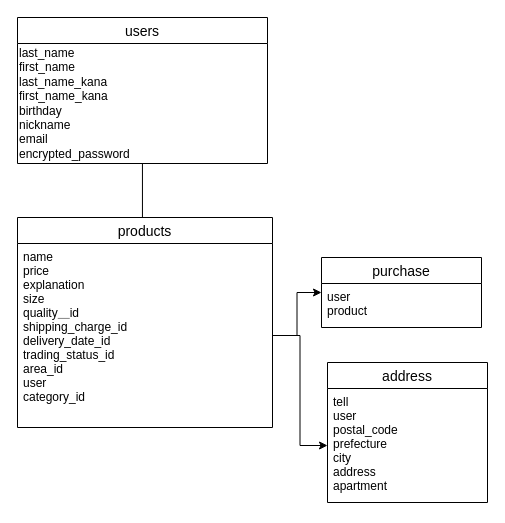
This is furima.dio from kousu0530/furima-29586, a draw.io file, before an edit. Source tidied: cells renumbered, new cells numbered last; positions are measured from the earlier drawing's top-left corner, leaving out a move shared by most shapes. Both pictures are drawn from the tidied source at 100%, with x=0, y=0 at pixel (17, 17).
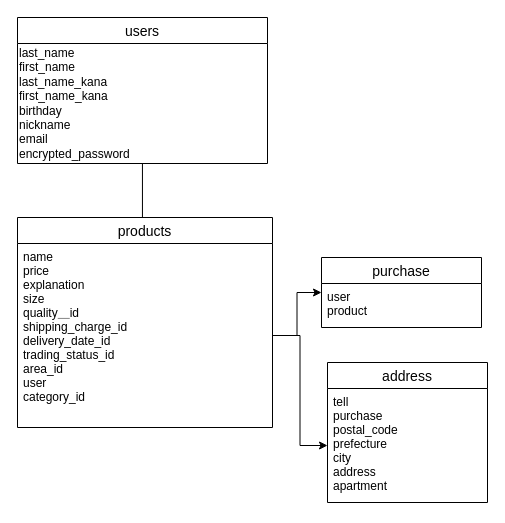
The same diagram, later.

Commit message (it also covers changes not shown here):
修正しました3

Change to the diagram source:
```diff
@@
 <mxGraphModel>
   <root>
     <mxCell id="0" />
     <mxCell id="1" parent="0" />
     <mxCell id="2" style="edgeStyle=orthogonalEdgeStyle;rounded=0;jettySize=auto;html=1;entryX=0.49;entryY=0.048;entryDx=0;entryDy=0;entryPerimeter=0;" parent="1" edge="1" source="3" target="6">
       <mxGeometry relative="1" as="geometry" />
     </mxCell>
     <mxCell id="3" value="users" style="swimlane;fontStyle=0;horizontal=1;startSize=26;align=center;fontSize=14;" parent="1" vertex="1">
       <mxGeometry width="250" height="146" as="geometry" />
     </mxCell>
     <mxCell id="4" value="last_name&amp;nbsp;&lt;br&gt;first_name&lt;br&gt;last_name_kana&lt;br&gt;first_name_kana&lt;br&gt;birthday&lt;br&gt;nickname&lt;br&gt;email&lt;br&gt;encrypted_password" style="text;html=1;align=left;verticalAlign=middle;" parent="3" vertex="1">
       <mxGeometry y="26" width="250" height="120" as="geometry" />
     </mxCell>
     <mxCell id="5" value="&lt;h1&gt;&lt;br&gt;&lt;/h1&gt;" style="text;html=1;align=center;verticalAlign=middle;" parent="1" vertex="1">
       <mxGeometry x="80" y="95" width="20" height="50" as="geometry" />
     </mxCell>
     <mxCell id="6" value="products" style="swimlane;fontStyle=0;horizontal=1;startSize=26;align=center;fontSize=14;strokeWidth=1;" parent="1" vertex="1">
       <mxGeometry y="200" width="255" height="210" as="geometry" />
     </mxCell>
     <mxCell id="7" value="name&#10;price&#10;explanation&#10;size&#10;quality＿id&#10;shipping_charge_id&#10;delivery_date_id&#10;trading_status_id&#10;area_id&#10;user&#10;category_id&#10;" style="text;strokeColor=none;fillColor=none;spacingLeft=4;spacingRight=4;overflow=hidden;points=[[0,0.5],[1,0.5]];portConstraint=eastwest;fontSize=12;" parent="6" vertex="1">
       <mxGeometry y="26" width="255" height="184" as="geometry" />
     </mxCell>
     <mxCell id="8" value="purchase" style="swimlane;fontStyle=0;horizontal=1;startSize=26;align=center;fontSize=14;strokeWidth=1;" parent="1" vertex="1">
       <mxGeometry x="304" y="240" width="160" height="70" as="geometry" />
     </mxCell>
     <mxCell id="9" value="user&#10;product" style="text;strokeColor=none;fillColor=none;spacingLeft=4;spacingRight=4;overflow=hidden;fontSize=12;" parent="8" vertex="1">
       <mxGeometry y="26" width="160" height="44" as="geometry" />
     </mxCell>
     <mxCell id="10" style="edgeStyle=orthogonalEdgeStyle;rounded=0;jettySize=auto;html=1;exitX=1;exitY=0.5;exitDx=0;exitDy=0;entryX=0;entryY=0.5;entryDx=0;entryDy=0;" parent="1" edge="1" source="7" target="8">
       <mxGeometry relative="1" as="geometry" />
     </mxCell>
     <mxCell id="11" value="address" style="swimlane;fontStyle=0;horizontal=1;startSize=26;align=center;fontSize=14;strokeWidth=1;" parent="1" vertex="1">
       <mxGeometry x="310" y="345" width="160" height="140" as="geometry" />
     </mxCell>
-    <mxCell id="12" value="tell&#10;user&#10;postal_code&#10;prefecture&#10;city&#10;address&#10;apartment" style="text;strokeColor=none;fillColor=none;spacingLeft=4;spacingRight=4;overflow=hidden;points=[[0,0.5],[1,0.5]];portConstraint=eastwest;fontSize=12;" parent="11" vertex="1">
+    <mxCell id="12" value="tell&#10;purchase&#10;postal_code&#10;prefecture&#10;city&#10;address&#10;apartment" style="text;strokeColor=none;fillColor=none;spacingLeft=4;spacingRight=4;overflow=hidden;points=[[0,0.5],[1,0.5]];portConstraint=eastwest;fontSize=12;" parent="11" vertex="1">
       <mxGeometry y="26" width="160" height="114" as="geometry" />
     </mxCell>
     <mxCell id="13" style="edgeStyle=orthogonalEdgeStyle;rounded=0;jettySize=auto;html=1;exitX=1;exitY=0.5;exitDx=0;exitDy=0;" parent="1" edge="1" source="7" target="12">
       <mxGeometry relative="1" as="geometry" />
     </mxCell>
   </root>
 </mxGraphModel>
```
